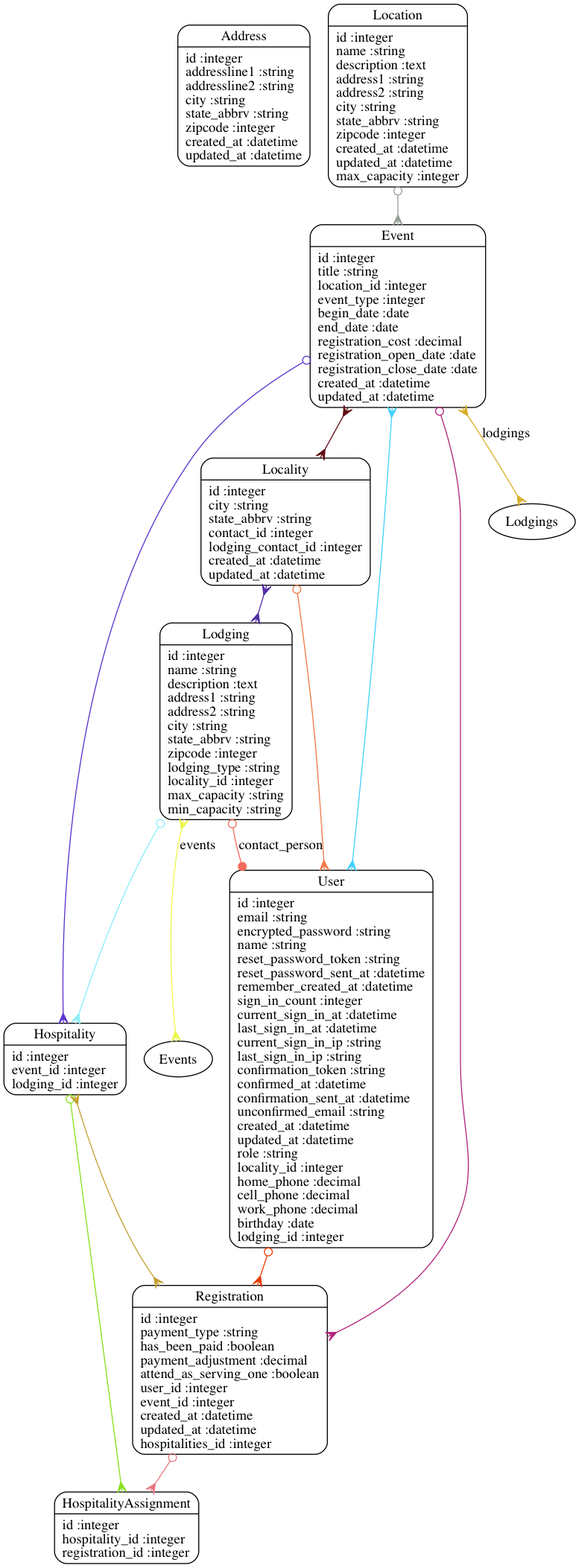
Earlier version of the Graphviz export models.png (hdfelix/ypreg). Its source is kept beside it as models.dot.
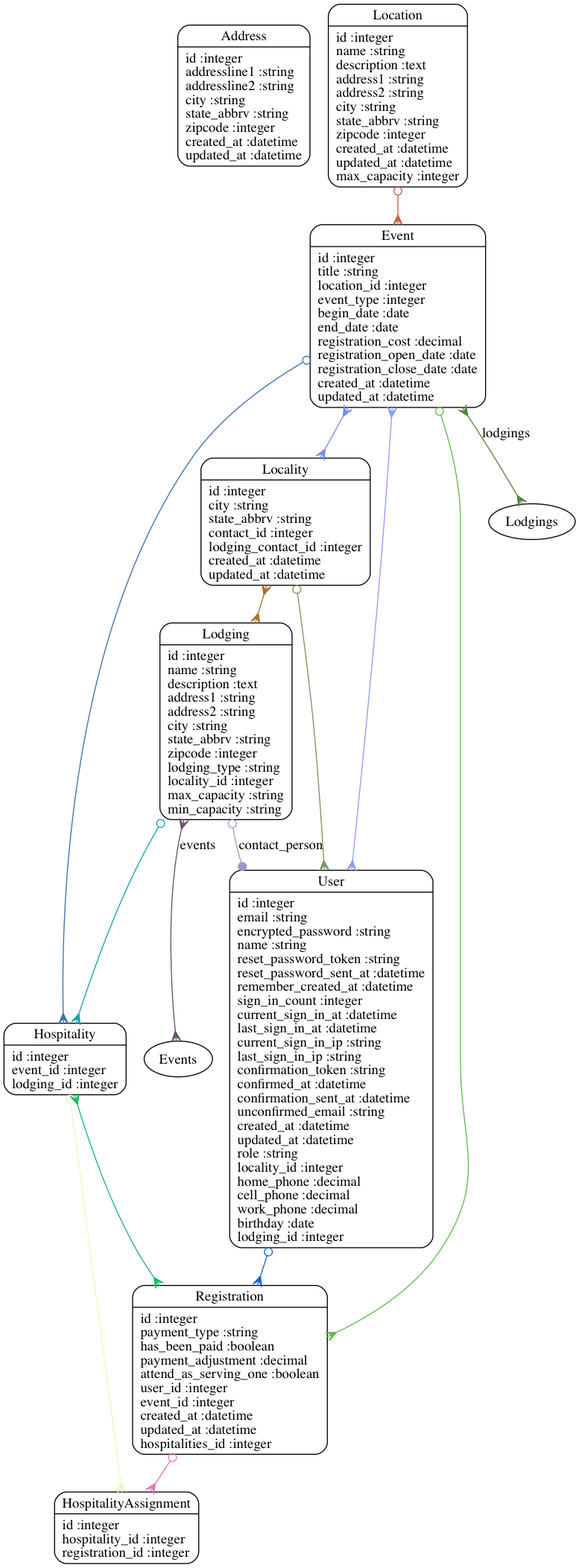
After the commit.

Commit message:
Update seeds file with 2 more Lodgings; Update ER diagrams

Change to the diagram source:
```diff
@@ -9,19 +9,19 @@
 	"Lodging" [shape=Mrecord, label="{Lodging|id :integer\lname :string\ldescription :text\laddress1 :string\laddress2 :string\lcity :string\lstate_abbrv :string\lzipcode :integer\llodging_type :string\llocality_id :integer\lmax_capacity :string\lmin_capacity :string\l}"]
 	"Registration" [shape=Mrecord, label="{Registration|id :integer\lpayment_type :string\lhas_been_paid :boolean\lpayment_adjustment :decimal\lattend_as_serving_one :boolean\luser_id :integer\levent_id :integer\lcreated_at :datetime\lupdated_at :datetime\lhospitalities_id :integer\l}"]
 	"User" [shape=Mrecord, label="{User|id :integer\lemail :string\lencrypted_password :string\lname :string\lreset_password_token :string\lreset_password_sent_at :datetime\lremember_created_at :datetime\lsign_in_count :integer\lcurrent_sign_in_at :datetime\llast_sign_in_at :datetime\lcurrent_sign_in_ip :string\llast_sign_in_ip :string\lconfirmation_token :string\lconfirmed_at :datetime\lconfirmation_sent_at :datetime\lunconfirmed_email :string\lcreated_at :datetime\lupdated_at :datetime\lrole :string\llocality_id :integer\lhome_phone :decimal\lcell_phone :decimal\lwork_phone :decimal\lbirthday :date\llodging_id :integer\l}"]
-	"Event" -> "Registration" [arrowtail=odot, arrowhead=crow, dir=both color="#B0247B"]
-	"Event" -> "User" [arrowtail=crow, arrowhead=crow, dir=both color="#43D2FB"]
-	"Event" -> "Locality" [arrowtail=crow, arrowhead=crow, dir=both color="#600B12"]
-	"Event" -> "Hospitality" [arrowtail=odot, arrowhead=crow, dir=both color="#5B34CA"]
-	"Event" -> "Lodgings" [label="lodgings", arrowtail=crow, arrowhead=crow, dir=both color="#D8AF28"]
-	"Hospitality" -> "HospitalityAssignment" [arrowtail=odot, arrowhead=crow, dir=both color="#88E01E"]
-	"Hospitality" -> "Registration" [arrowtail=crow, arrowhead=crow, dir=both color="#C3A133"]
-	"Locality" -> "User" [arrowtail=odot, arrowhead=crow, dir=both color="#F27946"]
-	"Locality" -> "Lodging" [arrowtail=crow, arrowhead=crow, dir=both color="#522DA6"]
-	"Location" -> "Event" [arrowtail=odot, arrowhead=crow, dir=both color="#96A097"]
-	"Lodging" -> "Hospitality" [arrowtail=odot, arrowhead=crow, dir=both color="#89EEF9"]
-	"Lodging" -> "Events" [label="events", arrowtail=crow, arrowhead=crow, dir=both color="#EDF64B"]
-	"Lodging" -> "User" [label="contact_person", arrowtail=odot, arrowhead=dot, dir=both color="#F36B5B"]
-	"Registration" -> "HospitalityAssignment" [arrowtail=odot, arrowhead=crow, dir=both color="#E97881"]
-	"User" -> "Registration" [arrowtail=odot, arrowhead=crow, dir=both color="#EC3905"]
+	"Event" -> "Registration" [arrowtail=odot, arrowhead=crow, dir=both color="#5EB94F"]
+	"Event" -> "User" [arrowtail=crow, arrowhead=crow, dir=both color="#8E9CF7"]
+	"Event" -> "Locality" [arrowtail=crow, arrowhead=crow, dir=both color="#7289F8"]
+	"Event" -> "Hospitality" [arrowtail=odot, arrowhead=crow, dir=both color="#3C6FA9"]
+	"Event" -> "Lodgings" [label="lodgings", arrowtail=crow, arrowhead=crow, dir=both color="#53843D"]
+	"Hospitality" -> "HospitalityAssignment" [arrowtail=odot, arrowhead=crow, dir=both color="#E1FDC2"]
+	"Hospitality" -> "Registration" [arrowtail=crow, arrowhead=crow, dir=both color="#11BD64"]
+	"Locality" -> "User" [arrowtail=odot, arrowhead=crow, dir=both color="#789465"]
+	"Locality" -> "Lodging" [arrowtail=crow, arrowhead=crow, dir=both color="#A37328"]
+	"Location" -> "Event" [arrowtail=odot, arrowhead=crow, dir=both color="#C55F3B"]
+	"Lodging" -> "Hospitality" [arrowtail=odot, arrowhead=crow, dir=both color="#10A1B2"]
+	"Lodging" -> "Events" [label="events", arrowtail=crow, arrowhead=crow, dir=both color="#6A4E6E"]
+	"Lodging" -> "User" [label="contact_person", arrowtail=odot, arrowhead=dot, dir=both color="#A894CA"]
+	"Registration" -> "HospitalityAssignment" [arrowtail=odot, arrowhead=crow, dir=both color="#DD79B4"]
+	"User" -> "Registration" [arrowtail=odot, arrowhead=crow, dir=both color="#1367C8"]
 }
```
